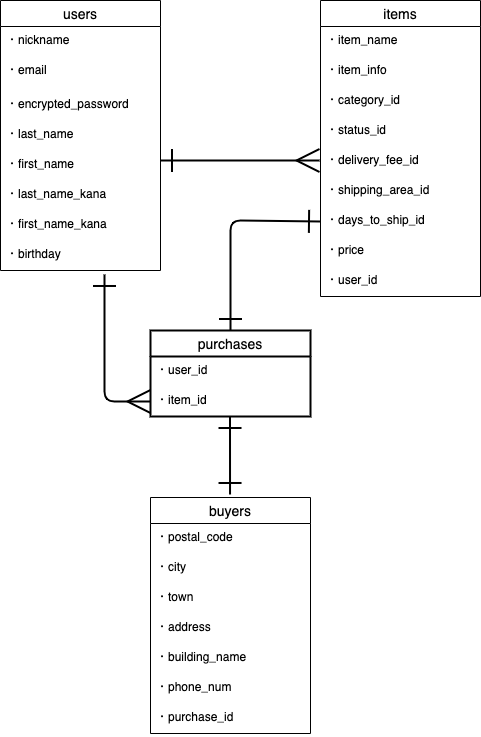
Earlier version of the draw.io export .drawio.png (spice-wasabi/furima-31827). Source tidied: cells renumbered, new cells last; positions are measured from the earlier drawing's top-left corner, leaving out a move shared by most shapes.
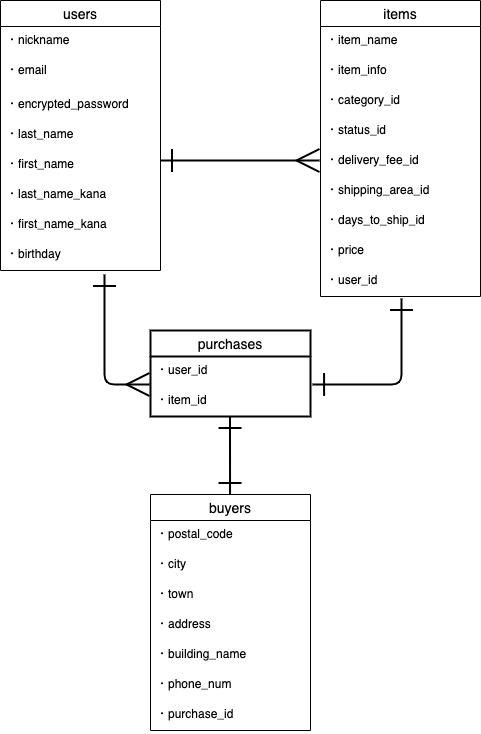
Later version of the same file.

What changed in the source:
```diff
@@ -80,22 +80,22 @@
         <mxPoint x="229.5" y="416" as="targetPoint" />
       </mxGeometry>
     </mxCell>
-    <mxCell id="26" style="fontSize=12;html=1;endArrow=ERone;startArrow=ERmany;strokeWidth=2;entryX=0.65;entryY=1.133;entryDx=0;entryDy=0;entryPerimeter=0;exitX=0;exitY=0.5;exitDx=0;exitDy=0;endSize=20;startSize=20;endFill=0;" parent="1" edge="1" source="24" target="10">
+    <mxCell id="26" style="fontSize=12;html=1;endArrow=ERone;startArrow=ERmany;strokeWidth=2;entryX=0.65;entryY=1.133;entryDx=0;entryDy=0;entryPerimeter=0;exitX=-0.006;exitY=-0.067;exitDx=0;exitDy=0;endSize=20;startSize=20;endFill=0;exitPerimeter=0;" parent="1" edge="1" source="24" target="10">
       <mxGeometry relative="1" as="geometry">
         <Array as="points">
-          <mxPoint x="104" y="401" />
+          <mxPoint x="104" y="384" />
         </Array>
       </mxGeometry>
     </mxCell>
-    <mxCell id="27" style="fontSize=12;html=1;endArrow=ERone;startArrow=ERone;strokeWidth=2;entryX=0;entryY=0.5;entryDx=0;entryDy=0;exitX=0.5;exitY=0;exitDx=0;exitDy=0;endSize=20;startSize=20;endFill=0;startFill=0;" parent="1" edge="1" source="22" target="18">
+    <mxCell id="27" style="fontSize=12;html=1;endArrow=ERone;startArrow=ERone;strokeWidth=2;entryX=0.506;entryY=1.067;entryDx=0;entryDy=0;exitX=1.013;exitY=0.933;exitDx=0;exitDy=0;endSize=20;startSize=20;endFill=0;startFill=0;entryPerimeter=0;exitPerimeter=0;" parent="1" edge="1" source="23" target="20">
       <mxGeometry relative="1" as="geometry">
         <Array as="points">
-          <mxPoint x="230" y="220" />
+          <mxPoint x="401" y="384" />
         </Array>
       </mxGeometry>
     </mxCell>
     <mxCell id="28" value="buyers" style="swimlane;fontStyle=0;horizontal=1;startSize=26;align=center;fontSize=14;" parent="1" vertex="1">
-      <mxGeometry x="150" y="497" width="160" height="236" as="geometry" />
+      <mxGeometry x="150" y="494" width="160" height="236" as="geometry" />
     </mxCell>
     <mxCell id="29" value="・postal_code" style="text;strokeColor=none;fillColor=none;spacingLeft=4;spacingRight=4;overflow=hidden;fontSize=12;" parent="28" vertex="1">
       <mxGeometry y="26" width="160" height="30" as="geometry" />
```
